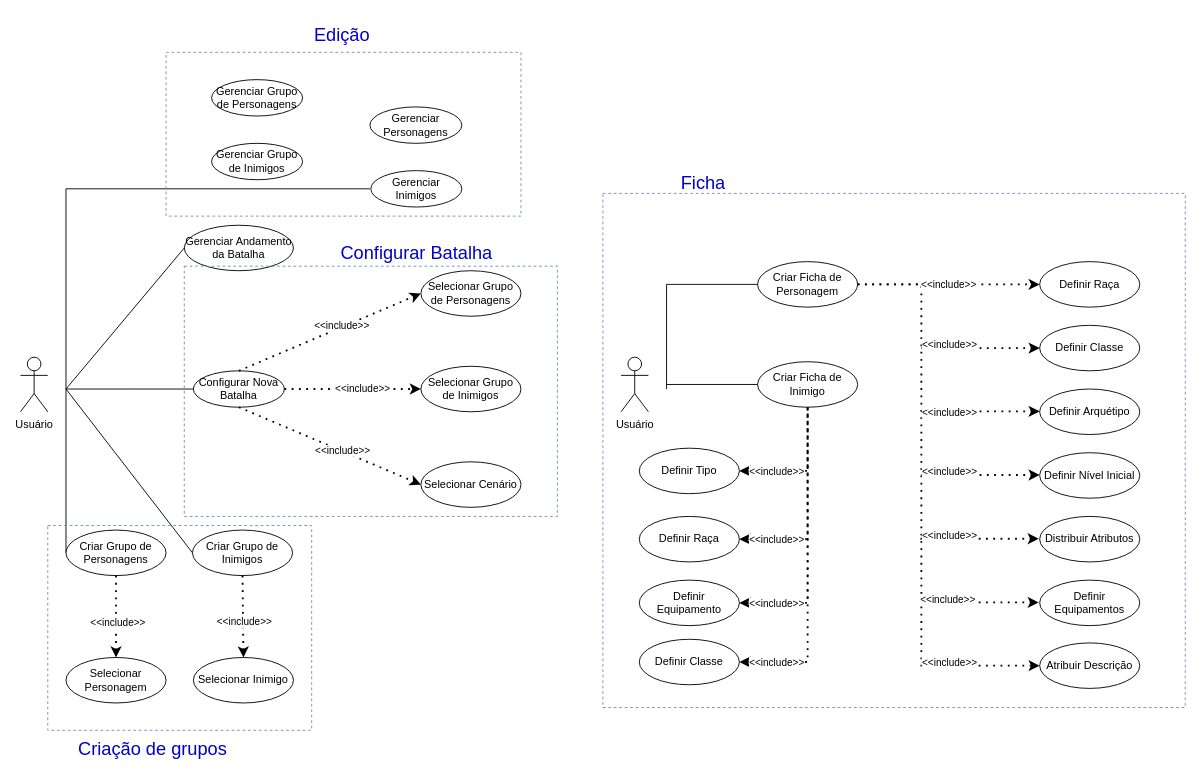
Before: Diagramas - Entrega 1/Casos de Uso/Casos de Uso.drawio in vaniacourses/trabalho-pratico-time-rpg, a draw.io diagram. Source tidied: cells renumbered, new cells numbered last; positions are measured from the earlier drawing's top-left corner, leaving out a move shared by most shapes. Both pictures are drawn from the tidied source at 91%, with x=0, y=0 at pixel (20, 15).
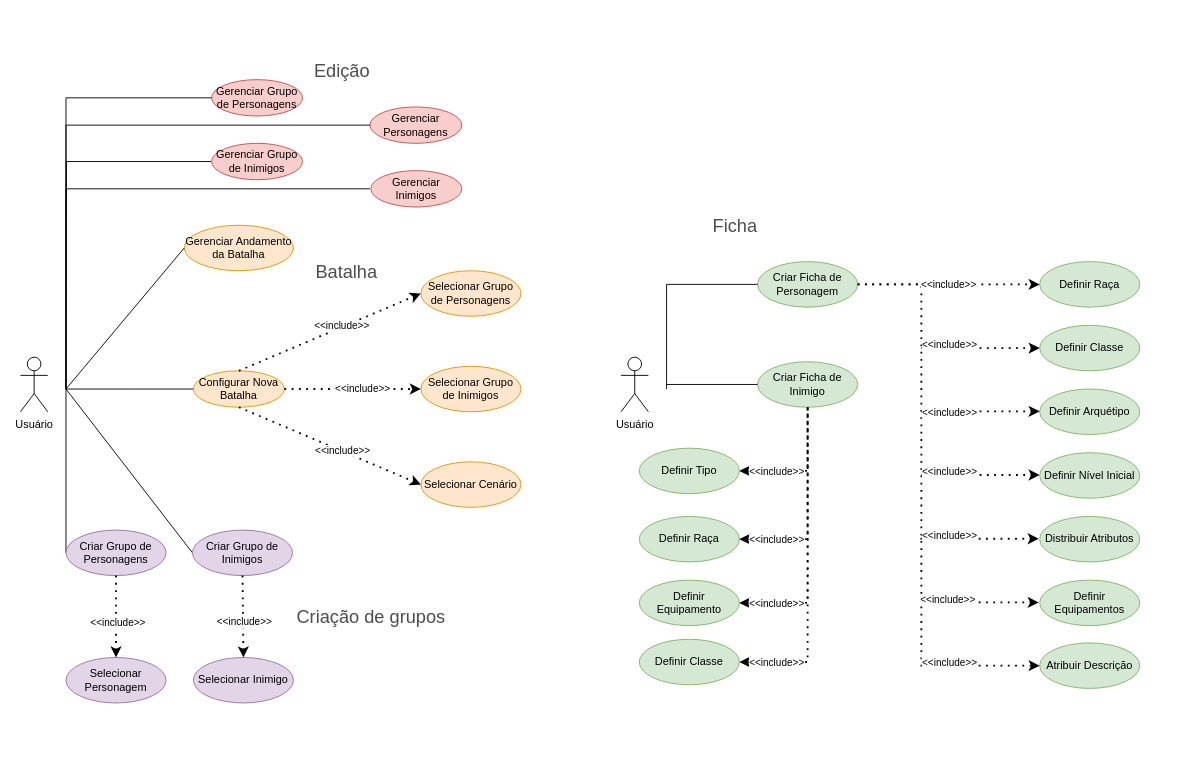
After the change.

Diff of the diagram source:
```diff
@@
-    <mxCell id="4" value="Configurar Nova Batalha" style="ellipse;whiteSpace=wrap;html=1;" parent="1" vertex="1">
+    <mxCell id="4" value="Configurar Nova Batalha" style="ellipse;whiteSpace=wrap;html=1;fillColor=#ffe6cc;strokeColor=#d79b00;" parent="1" vertex="1">
       <mxGeometry x="190" y="390" width="100" height="40" as="geometry" />
     </mxCell>
-    <mxCell id="5" value="Selecionar Grupo de Personagens" style="ellipse;whiteSpace=wrap;html=1;" parent="1" vertex="1">
+    <mxCell id="5" value="Selecionar Grupo de Personagens" style="ellipse;whiteSpace=wrap;html=1;fillColor=#ffe6cc;strokeColor=#d79b00;" parent="1" vertex="1">
       <mxGeometry x="440" y="280" width="110" height="50" as="geometry" />
     </mxCell>
-    <mxCell id="6" value="Selecionar Grupo de Inimigos" style="ellipse;whiteSpace=wrap;html=1;" parent="1" vertex="1">
+    <mxCell id="6" value="Selecionar Grupo de Inimigos" style="ellipse;whiteSpace=wrap;html=1;fillColor=#ffe6cc;strokeColor=#d79b00;" parent="1" vertex="1">
       <mxGeometry x="440" y="385" width="110" height="50" as="geometry" />
     </mxCell>
-    <mxCell id="7" value="Selecionar Cenário" style="ellipse;whiteSpace=wrap;html=1;" parent="1" vertex="1">
+    <mxCell id="7" value="Selecionar Cenário" style="ellipse;whiteSpace=wrap;html=1;fillColor=#ffe6cc;strokeColor=#d79b00;" parent="1" vertex="1">
       <mxGeometry x="440" y="490" width="110" height="50" as="geometry" />
     </mxCell>
@@
-    <mxCell id="15" value="Criar Grupo de Personagens" style="ellipse;whiteSpace=wrap;html=1;" parent="1" vertex="1">
+    <mxCell id="15" value="Criar Grupo de Personagens" style="ellipse;whiteSpace=wrap;html=1;fillColor=#e1d5e7;strokeColor=#9673a6;" parent="1" vertex="1">
       <mxGeometry x="50" y="565" width="110" height="50" as="geometry" />
     </mxCell>
-    <mxCell id="16" value="Selecionar Personagem" style="ellipse;whiteSpace=wrap;html=1;" parent="1" vertex="1">
+    <mxCell id="16" value="Selecionar Personagem" style="ellipse;whiteSpace=wrap;html=1;fillColor=#e1d5e7;strokeColor=#9673a6;" parent="1" vertex="1">
       <mxGeometry x="50" y="705" width="110" height="50" as="geometry" />
     </mxCell>
@@
-    <mxCell id="20" value="Criar Grupo de Inimigos" style="ellipse;whiteSpace=wrap;html=1;" parent="1" vertex="1">
+    <mxCell id="20" value="Criar Grupo de Inimigos" style="ellipse;whiteSpace=wrap;html=1;fillColor=#e1d5e7;strokeColor=#9673a6;" parent="1" vertex="1">
       <mxGeometry x="189" y="565" width="110" height="50" as="geometry" />
     </mxCell>
-    <mxCell id="21" value="Selecionar Inimigo" style="ellipse;whiteSpace=wrap;html=1;" parent="1" vertex="1">
+    <mxCell id="21" value="Selecionar Inimigo" style="ellipse;whiteSpace=wrap;html=1;fillColor=#e1d5e7;strokeColor=#9673a6;" parent="1" vertex="1">
       <mxGeometry x="190" y="705" width="110" height="50" as="geometry" />
     </mxCell>
@@
-    <mxCell id="24" value="Gerenciar Grupo de Personagens" style="ellipse;whiteSpace=wrap;html=1;" parent="1" vertex="1">
+    <mxCell id="24" value="Gerenciar Grupo de Personagens" style="ellipse;whiteSpace=wrap;html=1;fillColor=#f8cecc;strokeColor=#b85450;" parent="1" vertex="1">
       <mxGeometry x="210" y="70" width="100" height="40" as="geometry" />
     </mxCell>
-    <mxCell id="25" value="Gerenciar Personagens" style="ellipse;whiteSpace=wrap;html=1;" parent="1" vertex="1">
+    <mxCell id="25" value="Gerenciar Personagens" style="ellipse;whiteSpace=wrap;html=1;fillColor=#f8cecc;strokeColor=#b85450;" parent="1" vertex="1">
       <mxGeometry x="384" y="100" width="101" height="40" as="geometry" />
     </mxCell>
+    <mxCell id="77" style="edgeStyle=orthogonalEdgeStyle;rounded=0;jettySize=auto;html=1;exitX=0;exitY=0.5;exitDx=0;exitDy=0;endArrow=none;startFill=0;" parent="1" edge="1" source="26">
+      <mxGeometry relative="1" as="geometry">
+        <mxPoint x="50" y="410" as="targetPoint" />
+      </mxGeometry>
+    </mxCell>
-    <mxCell id="26" value="Gerenciar Grupo de Inimigos" style="ellipse;whiteSpace=wrap;html=1;" parent="1" vertex="1">
+    <mxCell id="26" value="Gerenciar Grupo de Inimigos" style="ellipse;whiteSpace=wrap;html=1;fillColor=#f8cecc;strokeColor=#b85450;" parent="1" vertex="1">
       <mxGeometry x="210" y="140" width="100" height="40" as="geometry" />
     </mxCell>
-    <mxCell id="27" value="Gerenciar Inimigos" style="ellipse;whiteSpace=wrap;html=1;" parent="1" vertex="1">
+    <mxCell id="27" value="Gerenciar Inimigos" style="ellipse;whiteSpace=wrap;html=1;fillColor=#f8cecc;strokeColor=#b85450;" parent="1" vertex="1">
       <mxGeometry x="385" y="170" width="100" height="40" as="geometry" />
     </mxCell>
@@
-    <mxCell id="30" value="Criar Ficha de Personagem" style="ellipse;whiteSpace=wrap;html=1;" parent="1" vertex="1">
+    <mxCell id="30" value="Criar Ficha de Personagem" style="ellipse;whiteSpace=wrap;html=1;fillColor=#d5e8d4;strokeColor=#82b366;" parent="1" vertex="1">
       <mxGeometry x="810" y="270" width="110" height="50" as="geometry" />
     </mxCell>
@@
-    <mxCell id="32" value="Criar Ficha de Inimigo" style="ellipse;whiteSpace=wrap;html=1;" parent="1" vertex="1">
+    <mxCell id="32" value="Criar Ficha de Inimigo" style="ellipse;whiteSpace=wrap;html=1;fillColor=#d5e8d4;strokeColor=#82b366;" parent="1" vertex="1">
       <mxGeometry x="810" y="380" width="110" height="50" as="geometry" />
     </mxCell>
@@
-    <mxCell id="34" value="Definir Raça" style="ellipse;whiteSpace=wrap;html=1;" parent="1" vertex="1">
+    <mxCell id="34" value="Definir Raça" style="ellipse;whiteSpace=wrap;html=1;fillColor=#d5e8d4;strokeColor=#82b366;" parent="1" vertex="1">
       <mxGeometry x="1120" y="270" width="110" height="50" as="geometry" />
     </mxCell>
-    <mxCell id="35" value="Definir Classe" style="ellipse;whiteSpace=wrap;html=1;" parent="1" vertex="1">
+    <mxCell id="35" value="Definir Classe" style="ellipse;whiteSpace=wrap;html=1;fillColor=#d5e8d4;strokeColor=#82b366;" parent="1" vertex="1">
       <mxGeometry x="1120" y="340" width="110" height="50" as="geometry" />
     </mxCell>
-    <mxCell id="36" value="Definir Arquétipo" style="ellipse;whiteSpace=wrap;html=1;" parent="1" vertex="1">
+    <mxCell id="36" value="Definir Arquétipo" style="ellipse;whiteSpace=wrap;html=1;fillColor=#d5e8d4;strokeColor=#82b366;" parent="1" vertex="1">
       <mxGeometry x="1120" y="410" width="110" height="50" as="geometry" />
     </mxCell>
-    <mxCell id="37" value="Definir Nível Inicial" style="ellipse;whiteSpace=wrap;html=1;" parent="1" vertex="1">
+    <mxCell id="37" value="Definir Nível Inicial" style="ellipse;whiteSpace=wrap;html=1;fillColor=#d5e8d4;strokeColor=#82b366;" parent="1" vertex="1">
       <mxGeometry x="1120" y="480" width="110" height="50" as="geometry" />
     </mxCell>
-    <mxCell id="38" value="Distribuir Atributos" style="ellipse;whiteSpace=wrap;html=1;" parent="1" vertex="1">
+    <mxCell id="38" value="Distribuir Atributos" style="ellipse;whiteSpace=wrap;html=1;fillColor=#d5e8d4;strokeColor=#82b366;" parent="1" vertex="1">
       <mxGeometry x="1120" y="550" width="110" height="50" as="geometry" />
     </mxCell>
-    <mxCell id="39" value="Definir Equipamentos" style="ellipse;whiteSpace=wrap;html=1;" parent="1" vertex="1">
+    <mxCell id="39" value="Definir Equipamentos" style="ellipse;whiteSpace=wrap;html=1;fillColor=#d5e8d4;strokeColor=#82b366;" parent="1" vertex="1">
       <mxGeometry x="1120" y="620" width="110" height="50" as="geometry" />
     </mxCell>
-    <mxCell id="40" value="Atribuir Descrição" style="ellipse;whiteSpace=wrap;html=1;" parent="1" vertex="1">
+    <mxCell id="40" value="Atribuir Descrição" style="ellipse;whiteSpace=wrap;html=1;fillColor=#d5e8d4;strokeColor=#82b366;" parent="1" vertex="1">
       <mxGeometry x="1120" y="689" width="110" height="50" as="geometry" />
     </mxCell>
@@
-    <mxCell id="42" value="Gerenciar Andamento da Batalha" style="ellipse;whiteSpace=wrap;html=1;" parent="1" vertex="1">
+    <mxCell id="42" value="Gerenciar Andamento da Batalha" style="ellipse;whiteSpace=wrap;html=1;fillColor=#ffe6cc;strokeColor=#d79b00;" parent="1" vertex="1">
       <mxGeometry x="180" y="230" width="120" height="50" as="geometry" />
     </mxCell>
@@
-    <mxCell id="57" value="Definir Tipo" style="ellipse;whiteSpace=wrap;html=1;" parent="1" vertex="1">
+    <mxCell id="57" value="Definir Tipo" style="ellipse;whiteSpace=wrap;html=1;fillColor=#d5e8d4;strokeColor=#82b366;" parent="1" vertex="1">
       <mxGeometry x="680" y="475" width="110" height="50" as="geometry" />
     </mxCell>
-    <mxCell id="58" value="Definir Raça" style="ellipse;whiteSpace=wrap;html=1;" parent="1" vertex="1">
+    <mxCell id="58" value="Definir Raça" style="ellipse;whiteSpace=wrap;html=1;fillColor=#d5e8d4;strokeColor=#82b366;" parent="1" vertex="1">
       <mxGeometry x="680" y="550" width="110" height="50" as="geometry" />
     </mxCell>
-    <mxCell id="59" value="Definir Equipamento" style="ellipse;whiteSpace=wrap;html=1;" parent="1" vertex="1">
+    <mxCell id="59" value="Definir Equipamento" style="ellipse;whiteSpace=wrap;html=1;fillColor=#d5e8d4;strokeColor=#82b366;" parent="1" vertex="1">
       <mxGeometry x="680" y="620" width="110" height="50" as="geometry" />
     </mxCell>
@@
-    <mxCell id="64" value="Definir Classe" style="ellipse;whiteSpace=wrap;html=1;" parent="1" vertex="1">
+    <mxCell id="64" value="Definir Classe" style="ellipse;whiteSpace=wrap;html=1;fillColor=#d5e8d4;strokeColor=#82b366;" parent="1" vertex="1">
       <mxGeometry x="680" y="685" width="110" height="50" as="geometry" />
     </mxCell>
@@
-    <mxCell id="69" style="rounded=0;whiteSpace=wrap;html=1;dashed=1;fillColor=none;strokeColor=#6c8ebf;" parent="1" vertex="1">
-      <mxGeometry x="160" y="40" width="390" height="180" as="geometry" />
-    </mxCell>
-    <mxCell id="70" value="&lt;font style=&quot;color: rgb(0, 0, 204); font-size: 20px;&quot;&gt;Edição&lt;/font&gt;" style="text;html=1;align=center;verticalAlign=middle;strokeColor=none;fillColor=none;" parent="1" vertex="1">
-      <mxGeometry x="313" width="80" height="40" as="geometry" />
+    <mxCell id="70" value="&lt;font style=&quot;font-size: 20px; color: rgb(77, 77, 77);&quot;&gt;Edição&lt;/font&gt;" style="text;html=1;align=center;verticalAlign=middle;strokeColor=none;fillColor=none;" parent="1" vertex="1">
+      <mxGeometry x="313" y="40" width="80" height="40" as="geometry" />
     </mxCell>
-    <mxCell id="71" style="rounded=0;whiteSpace=wrap;html=1;dashed=1;fillColor=none;strokeColor=#6c8ebf;" parent="1" vertex="1">
-      <mxGeometry x="640" y="195" width="640" height="565" as="geometry" />
-    </mxCell>
-    <mxCell id="72" value="&lt;font style=&quot;color: rgb(0, 0, 204); font-size: 20px;&quot;&gt;Ficha&lt;/font&gt;" style="text;html=1;align=center;verticalAlign=middle;strokeColor=none;fillColor=none;" parent="1" vertex="1">
-      <mxGeometry x="715" y="163" width="70" height="40" as="geometry" />
+    <mxCell id="72" value="&lt;font style=&quot;font-size: 20px; color: rgb(77, 77, 77);&quot;&gt;Ficha&lt;/font&gt;" style="text;html=1;align=center;verticalAlign=middle;strokeColor=none;fillColor=none;" parent="1" vertex="1">
+      <mxGeometry x="750" y="210" width="70" height="40" as="geometry" />
     </mxCell>
-    <mxCell id="73" style="rounded=0;whiteSpace=wrap;html=1;dashed=1;fillColor=none;strokeColor=#6c8ebf;" parent="1" vertex="1">
-      <mxGeometry x="30" y="560" width="290" height="225" as="geometry" />
-    </mxCell>
-    <mxCell id="74" value="&lt;font style=&quot;color: rgb(0, 0, 204); font-size: 20px;&quot;&gt;Criação de grupos&lt;/font&gt;" style="text;html=1;align=center;verticalAlign=middle;strokeColor=none;fillColor=none;" parent="1" vertex="1">
-      <mxGeometry x="50" y="785" width="190" height="40" as="geometry" />
+    <mxCell id="74" value="&lt;font style=&quot;font-size: 20px; color: rgb(77, 77, 77);&quot;&gt;Criação de grupos&lt;/font&gt;" style="text;html=1;align=center;verticalAlign=middle;strokeColor=none;fillColor=none;" parent="1" vertex="1">
+      <mxGeometry x="290" y="640" width="190" height="40" as="geometry" />
     </mxCell>
-    <mxCell id="75" style="rounded=0;whiteSpace=wrap;html=1;dashed=1;fillColor=none;strokeColor=#6c8ebf;" parent="1" vertex="1">
-      <mxGeometry x="180" y="275" width="410" height="275" as="geometry" />
-    </mxCell>
-    <mxCell id="76" value="&lt;font style=&quot;color: rgb(0, 0, 204); font-size: 20px;&quot;&gt;Configurar Batalha&lt;/font&gt;" style="text;html=1;align=center;verticalAlign=middle;strokeColor=none;fillColor=none;" parent="1" vertex="1">
-      <mxGeometry x="340" y="240" width="190" height="40" as="geometry" />
+    <mxCell id="76" value="&lt;font style=&quot;font-size: 20px; color: rgb(77, 77, 77);&quot;&gt;Batalha&lt;/font&gt;" style="text;html=1;align=center;verticalAlign=middle;strokeColor=none;fillColor=none;" parent="1" vertex="1">
+      <mxGeometry x="313" y="260" width="90" height="40" as="geometry" />
     </mxCell>
+    <mxCell id="78" style="endArrow=none;html=1;rounded=0;entryX=0;entryY=0.5;entryDx=0;entryDy=0;edgeStyle=orthogonalEdgeStyle;" parent="1" edge="1" target="24">
+      <mxGeometry relative="1" as="geometry">
+        <mxPoint x="50" y="410" as="sourcePoint" />
+        <Array as="points">
+          <mxPoint x="50" y="90" />
+        </Array>
+      </mxGeometry>
+    </mxCell>
+    <mxCell id="79" style="endArrow=none;html=1;rounded=0;entryX=0;entryY=0.5;entryDx=0;entryDy=0;edgeStyle=orthogonalEdgeStyle;" parent="1" edge="1" target="25">
+      <mxGeometry relative="1" as="geometry">
+        <mxPoint x="50" y="410" as="sourcePoint" />
+        <Array as="points">
+          <mxPoint x="50" y="120" />
+        </Array>
+      </mxGeometry>
+    </mxCell>
```
